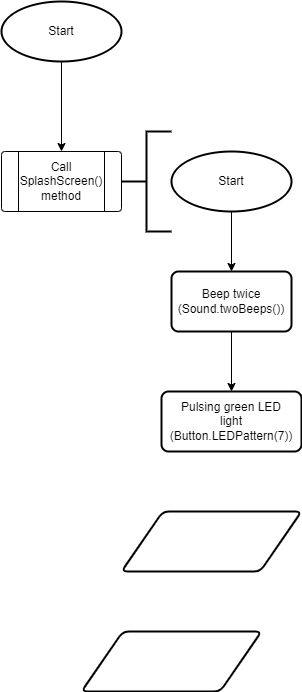
XLmT09/Bunny-Robot keeps this draw.io diagram as Final submission/ControlFlow.png. Above is the earlier version. Source tidied: cells renumbered, new cells last; positions are measured from the earlier drawing's top-left corner, leaving out a move shared by most shapes.
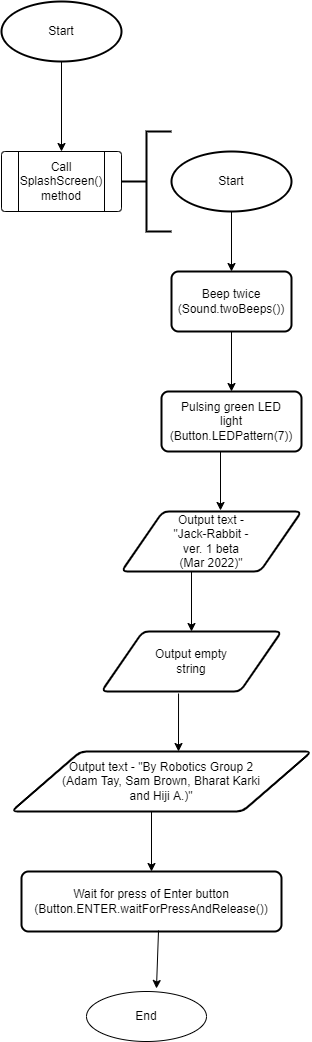
Above is the later version.

Change to the diagram source:
```diff
@@ -45,7 +45,7 @@
       <mxGeometry relative="1" as="geometry" />
     </mxCell>
     <mxCell id="16" style="group;" parent="1" vertex="1">
-      <mxGeometry x="160" y="390" width="140" height="60" as="geometry" />
+      <mxGeometry x="160" y="390" width="140" height="100" as="geometry" />
     </mxCell>
     <mxCell id="17" style="rounded=1;whiteSpace=wrap;html=1;absoluteArcSize=1;arcSize=14;strokeWidth=2;" parent="16" vertex="1">
       <mxGeometry width="140" height="60" as="geometry" />
@@ -56,11 +56,70 @@
     <mxCell id="19" style="edgeStyle=orthogonalEdgeStyle;rounded=0;jettySize=auto;html=1;exitX=0.5;exitY=1;exitDx=0;exitDy=0;entryX=0.5;entryY=0;entryDx=0;entryDy=0;" parent="1" edge="1" source="13" target="17">
       <mxGeometry relative="1" as="geometry" />
     </mxCell>
+    <mxCell id="22" style="group;" parent="1" vertex="1">
+      <mxGeometry x="120" y="510" width="180" height="60" as="geometry" />
+    </mxCell>
-    <mxCell id="20" style="shape=parallelogram;html=1;strokeWidth=2;perimeter=parallelogramPerimeter;whiteSpace=wrap;rounded=1;arcSize=12;size=0.23;" parent="1" vertex="1">
-      <mxGeometry x="120" y="510" width="180" height="60" as="geometry" />
+    <mxCell id="20" style="shape=parallelogram;html=1;strokeWidth=2;perimeter=parallelogramPerimeter;whiteSpace=wrap;rounded=1;arcSize=12;size=0.23;" parent="22" vertex="1">
+      <mxGeometry width="180" height="60" as="geometry" />
     </mxCell>
+    <mxCell id="23" value="Output text - &quot;Jack-Rabbit - ver. 1 beta (Mar 2022)&quot;" style="text;strokeColor=none;fillColor=none;html=1;align=center;verticalAlign=middle;whiteSpace=wrap;rounded=0;hachureGap=4;" parent="22" vertex="1">
+      <mxGeometry x="50" y="15" width="80" height="30" as="geometry" />
+    </mxCell>
+    <mxCell id="24" style="endArrow=classic;html=1;rounded=0;sourcePerimeterSpacing=8;targetPerimeterSpacing=8;entryX=0.55;entryY=-0.017;entryDx=0;entryDy=0;entryPerimeter=0;" parent="1" edge="1" target="20">
+      <mxGeometry relative="1" as="geometry">
+        <mxPoint x="219" y="450" as="sourcePoint" />
+      </mxGeometry>
+    </mxCell>
+    <mxCell id="25" style="group;" parent="1" vertex="1">
+      <mxGeometry x="100" y="630" width="180" height="60" as="geometry" />
+    </mxCell>
-    <mxCell id="21" style="shape=parallelogram;html=1;strokeWidth=2;perimeter=parallelogramPerimeter;whiteSpace=wrap;rounded=1;arcSize=12;size=0.23;" parent="1" vertex="1">
-      <mxGeometry x="80" y="630" width="180" height="60" as="geometry" />
+    <mxCell id="21" style="shape=parallelogram;html=1;strokeWidth=2;perimeter=parallelogramPerimeter;whiteSpace=wrap;rounded=1;arcSize=12;size=0.23;" parent="25" vertex="1">
+      <mxGeometry width="180" height="60" as="geometry" />
     </mxCell>
+    <mxCell id="26" value="Output empty string" style="text;strokeColor=none;fillColor=none;html=1;align=center;verticalAlign=middle;whiteSpace=wrap;rounded=0;hachureGap=4;" parent="25" vertex="1">
+      <mxGeometry x="50" y="15" width="80" height="30" as="geometry" />
+    </mxCell>
+    <mxCell id="27" style="group;" parent="1" vertex="1">
+      <mxGeometry x="10" y="750" width="300" height="60" as="geometry" />
+    </mxCell>
+    <mxCell id="28" style="shape=parallelogram;html=1;strokeWidth=2;perimeter=parallelogramPerimeter;whiteSpace=wrap;rounded=1;arcSize=12;size=0.23;hachureGap=4;" parent="27" vertex="1">
+      <mxGeometry width="300" height="60" as="geometry" />
+    </mxCell>
+    <mxCell id="29" value="Output text - &quot;By Robotics Group 2 (Adam Tay, Sam Brown, Bharat Karki and Hiji A.)&quot;" style="text;strokeColor=none;fillColor=none;html=1;align=center;verticalAlign=middle;whiteSpace=wrap;rounded=0;hachureGap=4;" parent="27" vertex="1">
+      <mxGeometry x="50" y="15" width="200" height="30" as="geometry" />
+    </mxCell>
+    <mxCell id="30" style="endArrow=classic;html=1;rounded=0;sourcePerimeterSpacing=8;targetPerimeterSpacing=8;entryX=0.5;entryY=0;entryDx=0;entryDy=0;" parent="1" edge="1" target="21">
+      <mxGeometry relative="1" as="geometry">
+        <mxPoint x="190" y="570" as="sourcePoint" />
+      </mxGeometry>
+    </mxCell>
+    <mxCell id="31" style="endArrow=classic;html=1;rounded=0;sourcePerimeterSpacing=8;targetPerimeterSpacing=8;exitX=0.428;exitY=1.033;exitDx=0;exitDy=0;exitPerimeter=0;" parent="1" edge="1" source="21">
+      <mxGeometry relative="1" as="geometry">
+        <mxPoint x="177" y="750" as="targetPoint" />
+      </mxGeometry>
+    </mxCell>
+    <mxCell id="32" style="rounded=1;whiteSpace=wrap;html=1;absoluteArcSize=1;arcSize=14;strokeWidth=2;hachureGap=4;" parent="1" vertex="1">
+      <mxGeometry x="20" y="870" width="260" height="60" as="geometry" />
+    </mxCell>
+    <mxCell id="33" value="Wait for press of Enter button (Button.ENTER.waitForPressAndRelease())" style="text;strokeColor=none;fillColor=none;html=1;align=center;verticalAlign=middle;whiteSpace=wrap;rounded=0;hachureGap=4;" parent="1" vertex="1">
+      <mxGeometry x="120" y="885" width="60" height="30" as="geometry" />
+    </mxCell>
+    <mxCell id="34" style="endArrow=classic;html=1;rounded=0;sourcePerimeterSpacing=8;targetPerimeterSpacing=8;entryX=0.5;entryY=0;entryDx=0;entryDy=0;" parent="1" edge="1" target="32">
+      <mxGeometry relative="1" as="geometry">
+        <mxPoint x="150" y="810" as="sourcePoint" />
+      </mxGeometry>
+    </mxCell>
+    <mxCell id="35" style="group;" parent="1" vertex="1">
+      <mxGeometry x="85" y="990" width="120" height="50" as="geometry" />
+    </mxCell>
+    <mxCell id="36" style="ellipse;whiteSpace=wrap;html=1;hachureGap=4;" parent="35" vertex="1">
+      <mxGeometry width="120" height="50" as="geometry" />
+    </mxCell>
+    <mxCell id="37" value="End" style="text;html=1;strokeColor=none;fillColor=none;align=center;verticalAlign=middle;whiteSpace=wrap;rounded=0;hachureGap=4;" parent="35" vertex="1">
+      <mxGeometry x="30" y="10" width="60" height="30" as="geometry" />
+    </mxCell>
+    <mxCell id="38" style="endArrow=classic;html=1;rounded=0;sourcePerimeterSpacing=8;targetPerimeterSpacing=8;entryX=0.583;entryY=-0.06;entryDx=0;entryDy=0;exitX=0.527;exitY=0.983;exitDx=0;exitDy=0;entryPerimeter=0;exitPerimeter=0;" parent="1" edge="1" source="32" target="36">
+      <mxGeometry relative="1" as="geometry" />
+    </mxCell>
   </root>
 </mxGraphModel>
```
